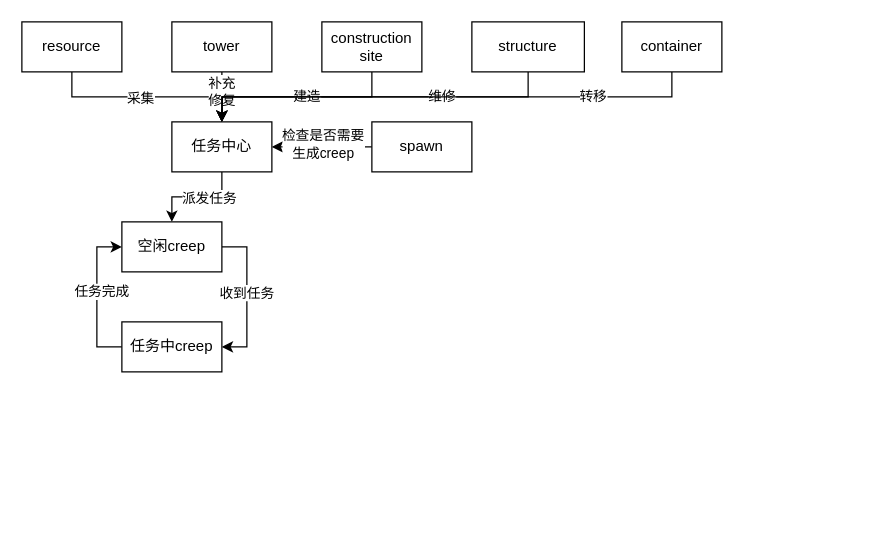
Above: task.drawio in asurance/screeps-ai (draw.io), before the change. Source tidied: cells renumbered, new cells numbered last; positions are measured from the earlier drawing's top-left corner, leaving out a move shared by most shapes. Both pictures are drawn from the tidied source at 125%, with x=0, y=0 at pixel (21, 21).
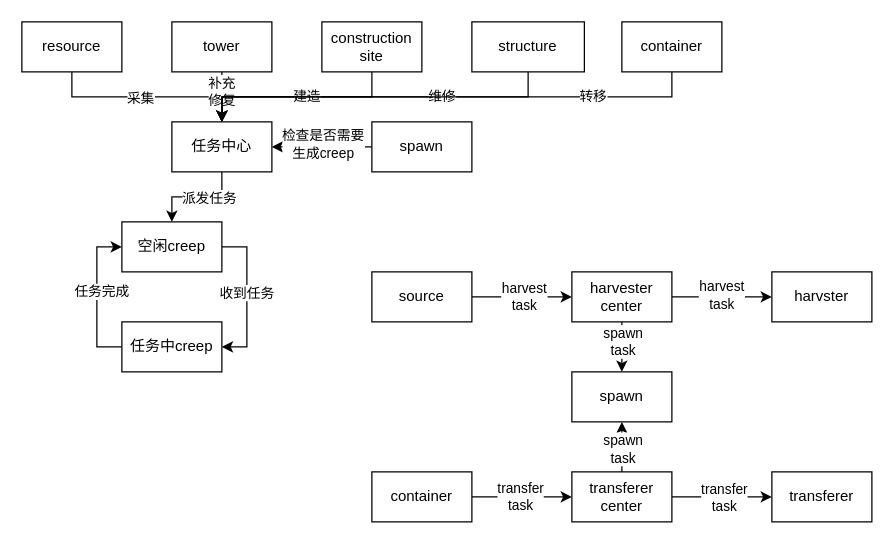
After the change.

The edit, as a diff of the source:
```diff
@@
+    <mxCell id="29" style="edgeStyle=orthogonalEdgeStyle;rounded=0;jettySize=auto;html=1;exitX=1;exitY=0.5;exitDx=0;exitDy=0;" parent="1" edge="1" source="31" target="36">
+      <mxGeometry relative="1" as="geometry" />
+    </mxCell>
+    <mxCell id="30" value="harvest&lt;br&gt;task" style="edgeLabel;html=1;align=center;verticalAlign=middle;" parent="29" vertex="1">
+      <mxGeometry x="0.03" y="1" relative="1" as="geometry" />
+    </mxCell>
+    <mxCell id="31" value="source" style="rounded=0;whiteSpace=wrap;html=1;" parent="1" vertex="1">
+      <mxGeometry x="280" y="200" width="80" height="40" as="geometry" />
+    </mxCell>
+    <mxCell id="32" style="edgeStyle=orthogonalEdgeStyle;rounded=0;jettySize=auto;html=1;exitX=0.5;exitY=1;exitDx=0;exitDy=0;entryX=0.5;entryY=0;entryDx=0;entryDy=0;" parent="1" edge="1" source="36" target="37">
+      <mxGeometry relative="1" as="geometry" />
+    </mxCell>
+    <mxCell id="33" value="spawn&lt;br&gt;task" style="edgeLabel;html=1;align=center;verticalAlign=middle;" parent="32" vertex="1">
+      <mxGeometry x="-0.25" relative="1" as="geometry" />
+    </mxCell>
+    <mxCell id="34" style="edgeStyle=orthogonalEdgeStyle;rounded=0;jettySize=auto;html=1;exitX=1;exitY=0.5;exitDx=0;exitDy=0;entryX=0;entryY=0.5;entryDx=0;entryDy=0;" parent="1" edge="1" source="36" target="38">
+      <mxGeometry relative="1" as="geometry" />
+    </mxCell>
+    <mxCell id="35" value="harvest&lt;br&gt;task" style="edgeLabel;html=1;align=center;verticalAlign=middle;" parent="34" vertex="1">
+      <mxGeometry x="-0.02" y="2" relative="1" as="geometry" />
+    </mxCell>
+    <mxCell id="36" value="harvester&lt;br&gt;center" style="rounded=0;whiteSpace=wrap;html=1;" parent="1" vertex="1">
+      <mxGeometry x="440" y="200" width="80" height="40" as="geometry" />
+    </mxCell>
+    <mxCell id="37" value="spawn" style="rounded=0;whiteSpace=wrap;html=1;" parent="1" vertex="1">
+      <mxGeometry x="440" y="280" width="80" height="40" as="geometry" />
+    </mxCell>
+    <mxCell id="38" value="harvster" style="rounded=0;whiteSpace=wrap;html=1;" parent="1" vertex="1">
+      <mxGeometry x="600" y="200" width="80" height="40" as="geometry" />
+    </mxCell>
+    <mxCell id="39" style="edgeStyle=orthogonalEdgeStyle;rounded=0;jettySize=auto;html=1;exitX=1;exitY=0.5;exitDx=0;exitDy=0;" parent="1" edge="1" source="41" target="46">
+      <mxGeometry relative="1" as="geometry" />
+    </mxCell>
+    <mxCell id="40" value="transfer&lt;br&gt;task" style="edgeLabel;html=1;align=center;verticalAlign=middle;" parent="39" vertex="1">
+      <mxGeometry x="-0.05" y="1" relative="1" as="geometry" />
+    </mxCell>
+    <mxCell id="41" value="container" style="rounded=0;whiteSpace=wrap;html=1;" parent="1" vertex="1">
+      <mxGeometry x="280" y="360" width="80" height="40" as="geometry" />
+    </mxCell>
+    <mxCell id="42" style="edgeStyle=orthogonalEdgeStyle;rounded=0;jettySize=auto;html=1;exitX=1;exitY=0.5;exitDx=0;exitDy=0;entryX=0;entryY=0.5;entryDx=0;entryDy=0;" parent="1" edge="1" source="46" target="47">
+      <mxGeometry relative="1" as="geometry" />
+    </mxCell>
+    <mxCell id="43" value="transfer&lt;br&gt;task" style="edgeLabel;html=1;align=center;verticalAlign=middle;" parent="42" vertex="1">
+      <mxGeometry x="0.03" relative="1" as="geometry" />
+    </mxCell>
+    <mxCell id="44" style="edgeStyle=orthogonalEdgeStyle;rounded=0;jettySize=auto;html=1;exitX=0.5;exitY=0;exitDx=0;exitDy=0;entryX=0.5;entryY=1;entryDx=0;entryDy=0;" parent="1" edge="1" source="46" target="37">
+      <mxGeometry relative="1" as="geometry" />
+    </mxCell>
+    <mxCell id="45" value="spawn&lt;br&gt;task" style="edgeLabel;html=1;align=center;verticalAlign=middle;" parent="44" vertex="1">
+      <mxGeometry x="-0.05" relative="1" as="geometry" />
+    </mxCell>
+    <mxCell id="46" value="transferer&lt;br&gt;center" style="rounded=0;whiteSpace=wrap;html=1;" parent="1" vertex="1">
+      <mxGeometry x="440" y="360" width="80" height="40" as="geometry" />
+    </mxCell>
+    <mxCell id="47" value="transferer" style="rounded=0;whiteSpace=wrap;html=1;" parent="1" vertex="1">
+      <mxGeometry x="600" y="360" width="80" height="40" as="geometry" />
+    </mxCell>
```
